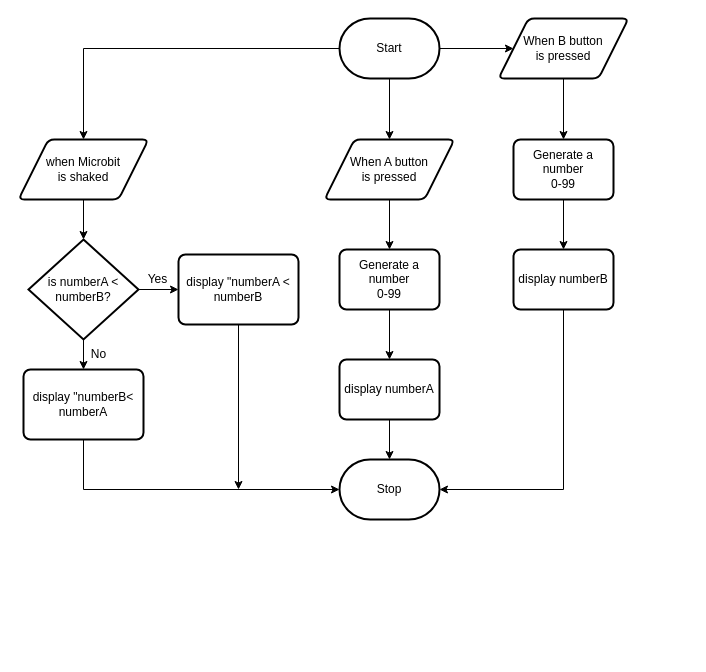
Before: design/flowchart.drawio in MTHS-TEJ2O-1-2024/TEJ2O-Unit-2-11B-bain-liao, a draw.io diagram. Source tidied: cells renumbered, new cells numbered last; positions are measured from the earlier drawing's top-left corner, leaving out a move shared by most shapes. Both pictures are drawn from the tidied source at 100%, with x=0, y=0 at pixel (18, 18).
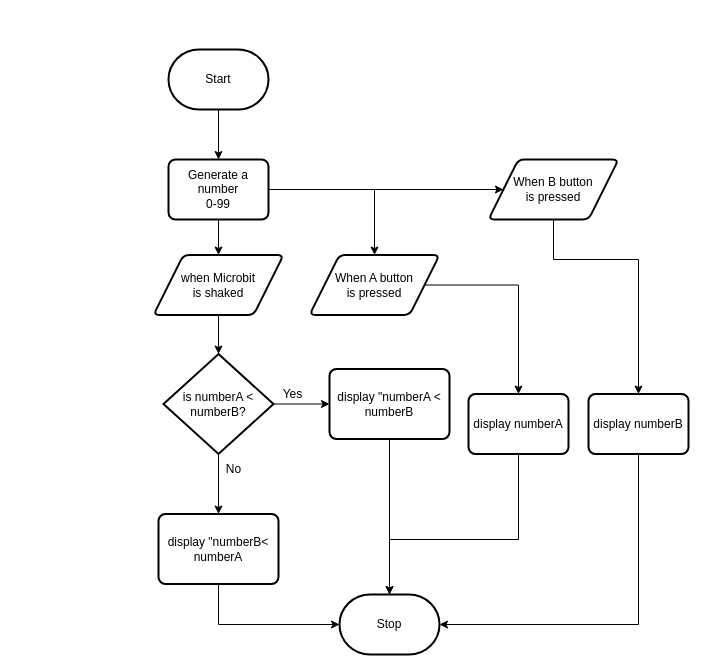
After the change.

The edit, as a diff of the source:
```diff
@@
-    <mxCell id="2" style="edgeStyle=none;html=1;exitX=0.5;exitY=1;exitDx=0;exitDy=0;exitPerimeter=0;entryX=0.5;entryY=0;entryDx=0;entryDy=0;rounded=0;" parent="1" edge="1" source="5" target="8">
-      <mxGeometry relative="1" as="geometry" />
-    </mxCell>
-    <mxCell id="3" style="edgeStyle=none;html=1;exitX=1;exitY=0.5;exitDx=0;exitDy=0;exitPerimeter=0;entryX=0;entryY=0.5;entryDx=0;entryDy=0;rounded=0;" parent="1" edge="1" source="5" target="14">
-      <mxGeometry relative="1" as="geometry" />
-    </mxCell>
-    <mxCell id="4" style="edgeStyle=orthogonalEdgeStyle;html=1;exitX=0;exitY=0.5;exitDx=0;exitDy=0;exitPerimeter=0;entryX=0.5;entryY=0;entryDx=0;entryDy=0;rounded=0;" parent="1" edge="1" source="5" target="20">
-      <mxGeometry relative="1" as="geometry" />
-    </mxCell>
+    <mxCell id="30" style="edgeStyle=orthogonalEdgeStyle;shape=connector;rounded=0;html=1;exitX=0.5;exitY=1;exitDx=0;exitDy=0;exitPerimeter=0;entryX=0.5;entryY=0;entryDx=0;entryDy=0;labelBackgroundColor=default;strokeColor=default;fontFamily=Helvetica;fontSize=11;fontColor=default;endArrow=classic;" parent="1" edge="1" source="5" target="36">
+      <mxGeometry relative="1" as="geometry" />
+    </mxCell>
     <mxCell id="5" value="Start" style="strokeWidth=2;html=1;shape=mxgraph.flowchart.terminator;whiteSpace=wrap;" parent="1" vertex="1">
-      <mxGeometry x="321" width="100" height="60" as="geometry" />
+      <mxGeometry x="150" y="31" width="100" height="60" as="geometry" />
     </mxCell>
     <mxCell id="6" value="Stop" style="strokeWidth=2;html=1;shape=mxgraph.flowchart.terminator;whiteSpace=wrap;" parent="1" vertex="1">
-      <mxGeometry x="321" y="441" width="100" height="60" as="geometry" />
+      <mxGeometry x="321" y="576" width="100" height="60" as="geometry" />
     </mxCell>
-    <mxCell id="7" style="edgeStyle=none;html=1;exitX=0.5;exitY=1;exitDx=0;exitDy=0;entryX=0.5;entryY=0;entryDx=0;entryDy=0;rounded=0;" parent="1" edge="1" source="8" target="10">
-      <mxGeometry relative="1" as="geometry" />
-    </mxCell>
+    <mxCell id="31" style="edgeStyle=orthogonalEdgeStyle;shape=connector;rounded=0;html=1;labelBackgroundColor=default;strokeColor=default;fontFamily=Helvetica;fontSize=11;fontColor=default;endArrow=classic;" parent="1" edge="1" source="8" target="12">
+      <mxGeometry relative="1" as="geometry" />
+    </mxCell>
     <mxCell id="8" value="When A button&lt;br&gt;is pressed" style="shape=parallelogram;html=1;strokeWidth=2;perimeter=parallelogramPerimeter;whiteSpace=wrap;rounded=1;arcSize=12;size=0.23;" parent="1" vertex="1">
-      <mxGeometry x="306" y="121" width="130" height="60" as="geometry" />
+      <mxGeometry x="291" y="236.5" width="130" height="60" as="geometry" />
     </mxCell>
-    <mxCell id="9" style="edgeStyle=none;html=1;exitX=0.5;exitY=1;exitDx=0;exitDy=0;entryX=0.5;entryY=0;entryDx=0;entryDy=0;rounded=0;" parent="1" edge="1" source="10" target="12">
-      <mxGeometry relative="1" as="geometry" />
-    </mxCell>
-    <mxCell id="10" value="Generate a&lt;br&gt;number&lt;br&gt;0-99" style="rounded=1;whiteSpace=wrap;html=1;absoluteArcSize=1;arcSize=14;strokeWidth=2;" parent="1" vertex="1">
-      <mxGeometry x="321" y="231" width="100" height="60" as="geometry" />
-    </mxCell>
-    <mxCell id="11" style="edgeStyle=none;html=1;exitX=0.5;exitY=1;exitDx=0;exitDy=0;entryX=0.5;entryY=0;entryDx=0;entryDy=0;entryPerimeter=0;rounded=0;" parent="1" edge="1" source="12" target="6">
-      <mxGeometry relative="1" as="geometry" />
+    <mxCell id="11" style="edgeStyle=orthogonalEdgeStyle;html=1;exitX=0.5;exitY=1;exitDx=0;exitDy=0;entryX=0.5;entryY=0;entryDx=0;entryDy=0;entryPerimeter=0;rounded=0;" parent="1" edge="1" source="12" target="6">
+      <mxGeometry relative="1" as="geometry">
+        <Array as="points">
+          <mxPoint x="500" y="521" />
+          <mxPoint x="371" y="521" />
+        </Array>
+      </mxGeometry>
     </mxCell>
     <mxCell id="12" value="display numberA" style="rounded=1;whiteSpace=wrap;html=1;absoluteArcSize=1;arcSize=14;strokeWidth=2;" parent="1" vertex="1">
-      <mxGeometry x="321" y="341" width="100" height="60" as="geometry" />
+      <mxGeometry x="450" y="375.5" width="100" height="60" as="geometry" />
     </mxCell>
-    <mxCell id="13" style="edgeStyle=none;html=1;exitX=0.5;exitY=1;exitDx=0;exitDy=0;entryX=0.5;entryY=0;entryDx=0;entryDy=0;rounded=0;" parent="1" edge="1" source="14" target="16">
-      <mxGeometry relative="1" as="geometry" />
-    </mxCell>
     <mxCell id="14" value="When B button&lt;br&gt;is pressed" style="shape=parallelogram;html=1;strokeWidth=2;perimeter=parallelogramPerimeter;whiteSpace=wrap;rounded=1;arcSize=12;size=0.23;" parent="1" vertex="1">
-      <mxGeometry x="480" width="130" height="60" as="geometry" />
+      <mxGeometry x="470" y="141" width="130" height="60" as="geometry" />
     </mxCell>
-    <mxCell id="15" style="edgeStyle=none;html=1;exitX=0.5;exitY=1;exitDx=0;exitDy=0;entryX=0.5;entryY=0;entryDx=0;entryDy=0;rounded=0;" parent="1" edge="1" source="16" target="18">
-      <mxGeometry relative="1" as="geometry" />
+    <mxCell id="15" style="edgeStyle=orthogonalEdgeStyle;html=1;exitX=0.5;exitY=1;exitDx=0;exitDy=0;entryX=0.5;entryY=0;entryDx=0;entryDy=0;rounded=0;" parent="1" edge="1" source="14" target="18">
+      <mxGeometry relative="1" as="geometry">
+        <Array as="points">
+          <mxPoint x="535" y="241" />
+          <mxPoint x="620" y="241" />
+        </Array>
+      </mxGeometry>
     </mxCell>
-    <mxCell id="16" value="Generate a&lt;br&gt;number&lt;br&gt;0-99" style="rounded=1;whiteSpace=wrap;html=1;absoluteArcSize=1;arcSize=14;strokeWidth=2;" parent="1" vertex="1">
-      <mxGeometry x="495" y="121" width="100" height="60" as="geometry" />
-    </mxCell>
@@
     <mxCell id="18" value="display numberB" style="rounded=1;whiteSpace=wrap;html=1;absoluteArcSize=1;arcSize=14;strokeWidth=2;" parent="1" vertex="1">
-      <mxGeometry x="495" y="231" width="100" height="60" as="geometry" />
+      <mxGeometry x="570" y="375.5" width="100" height="60" as="geometry" />
     </mxCell>
@@
     <mxCell id="20" value="when Microbit&lt;br&gt;is shaked" style="shape=parallelogram;html=1;strokeWidth=2;perimeter=parallelogramPerimeter;whiteSpace=wrap;rounded=1;arcSize=12;size=0.23;" parent="1" vertex="1">
-      <mxGeometry y="121" width="130" height="60" as="geometry" />
+      <mxGeometry x="135" y="236.5" width="130" height="60" as="geometry" />
     </mxCell>
@@
     <mxCell id="23" value="is numberA &amp;lt; numberB?" style="strokeWidth=2;html=1;shape=mxgraph.flowchart.decision;whiteSpace=wrap;" parent="1" vertex="1">
-      <mxGeometry x="10" y="221" width="110" height="100" as="geometry" />
+      <mxGeometry x="145" y="335.5" width="110" height="100" as="geometry" />
     </mxCell>
-    <mxCell id="24" style="edgeStyle=orthogonalEdgeStyle;shape=connector;rounded=0;html=1;exitX=0.5;exitY=1;exitDx=0;exitDy=0;labelBackgroundColor=default;strokeColor=default;fontFamily=Helvetica;fontSize=11;fontColor=default;endArrow=classic;" parent="1" edge="1" source="25">
-      <mxGeometry relative="1" as="geometry">
-        <mxPoint x="220" y="471" as="targetPoint" />
-      </mxGeometry>
-    </mxCell>
+    <mxCell id="32" style="edgeStyle=orthogonalEdgeStyle;shape=connector;rounded=0;html=1;exitX=0.5;exitY=1;exitDx=0;exitDy=0;entryX=0.5;entryY=0;entryDx=0;entryDy=0;entryPerimeter=0;labelBackgroundColor=default;strokeColor=default;fontFamily=Helvetica;fontSize=11;fontColor=default;endArrow=classic;" parent="1" edge="1" source="25" target="6">
+      <mxGeometry relative="1" as="geometry" />
+    </mxCell>
     <mxCell id="25" value="display &quot;numberA &amp;lt; numberB" style="rounded=1;whiteSpace=wrap;html=1;absoluteArcSize=1;arcSize=14;strokeWidth=2;" parent="1" vertex="1">
-      <mxGeometry x="160" y="236" width="120" height="70" as="geometry" />
+      <mxGeometry x="311" y="350.5" width="120" height="70" as="geometry" />
     </mxCell>
     <mxCell id="26" value="Yes" style="text;html=1;align=center;verticalAlign=middle;strokeColor=none;fillColor=none;" parent="1" vertex="1">
-      <mxGeometry x="119" y="246" width="40" height="30" as="geometry" />
+      <mxGeometry x="254" y="360.5" width="40" height="30" as="geometry" />
     </mxCell>
     <mxCell id="27" value="No" style="text;html=1;align=center;verticalAlign=middle;strokeColor=none;fillColor=none;" parent="1" vertex="1">
-      <mxGeometry x="60" y="321" width="40" height="30" as="geometry" />
+      <mxGeometry x="195" y="435.5" width="40" height="30" as="geometry" />
     </mxCell>
@@
     <mxCell id="29" value="display &quot;numberB&amp;lt; numberA" style="rounded=1;whiteSpace=wrap;html=1;absoluteArcSize=1;arcSize=14;strokeWidth=2;" parent="1" vertex="1">
-      <mxGeometry x="5" y="351" width="120" height="70" as="geometry" />
+      <mxGeometry x="140" y="495.5" width="120" height="70" as="geometry" />
     </mxCell>
+    <mxCell id="33" style="edgeStyle=orthogonalEdgeStyle;shape=connector;rounded=0;html=1;exitX=0.5;exitY=1;exitDx=0;exitDy=0;entryX=0.5;entryY=0;entryDx=0;entryDy=0;labelBackgroundColor=default;strokeColor=default;fontFamily=Helvetica;fontSize=11;fontColor=default;endArrow=classic;" parent="1" edge="1" source="36" target="20">
+      <mxGeometry relative="1" as="geometry" />
+    </mxCell>
+    <mxCell id="34" style="edgeStyle=orthogonalEdgeStyle;shape=connector;rounded=0;html=1;exitX=1;exitY=0.5;exitDx=0;exitDy=0;entryX=0.5;entryY=0;entryDx=0;entryDy=0;labelBackgroundColor=default;strokeColor=default;fontFamily=Helvetica;fontSize=11;fontColor=default;endArrow=classic;" parent="1" edge="1" source="36" target="8">
+      <mxGeometry relative="1" as="geometry" />
+    </mxCell>
+    <mxCell id="35" style="edgeStyle=orthogonalEdgeStyle;shape=connector;rounded=0;html=1;exitX=1;exitY=0.5;exitDx=0;exitDy=0;entryX=0;entryY=0.5;entryDx=0;entryDy=0;labelBackgroundColor=default;strokeColor=default;fontFamily=Helvetica;fontSize=11;fontColor=default;endArrow=classic;" parent="1" edge="1" source="36" target="14">
+      <mxGeometry relative="1" as="geometry" />
+    </mxCell>
+    <mxCell id="36" value="Generate a&lt;br&gt;number&lt;br&gt;0-99" style="rounded=1;whiteSpace=wrap;html=1;absoluteArcSize=1;arcSize=14;strokeWidth=2;" parent="1" vertex="1">
+      <mxGeometry x="150" y="141" width="100" height="60" as="geometry" />
+    </mxCell>
```
